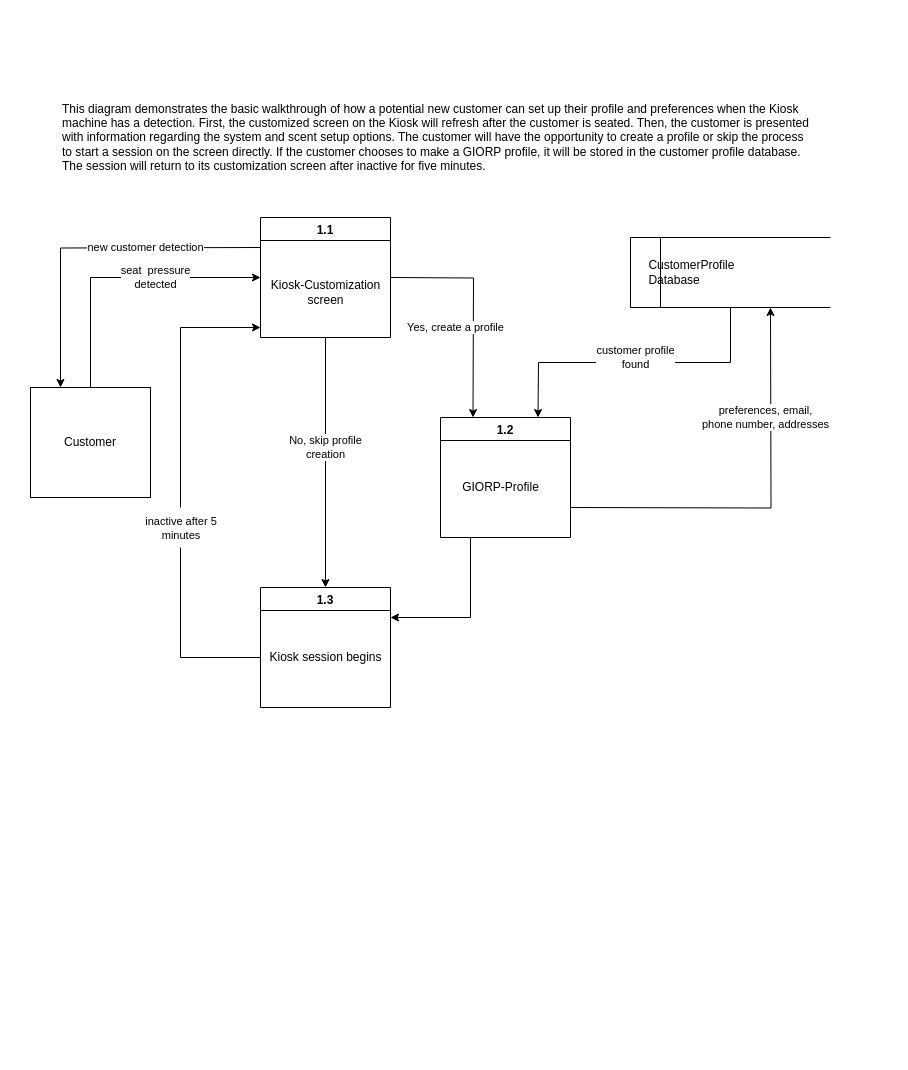
Above: Untitled Diagram.drawio in paige71/Draw.io (draw.io), before the change. Source tidied: cells renumbered, new cells numbered last; positions are measured from the earlier drawing's top-left corner, leaving out a move shared by most shapes. Both pictures are drawn from the tidied source at 100%, with x=0, y=0 at pixel (30, 97).
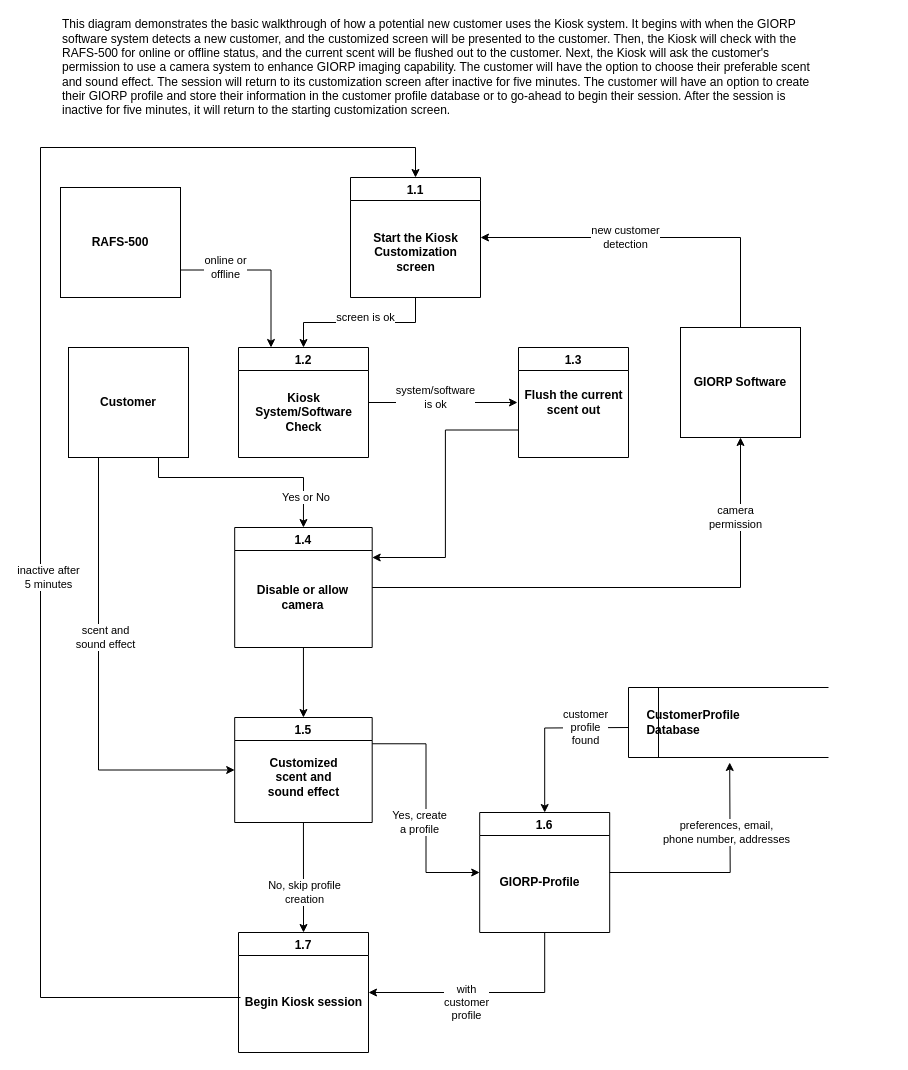
The same page after the edit.

Change to the diagram source:
```diff
@@
-    <mxCell id="2" style="edgeStyle=orthogonalEdgeStyle;rounded=0;jettySize=auto;html=1;exitX=0;exitY=0.25;exitDx=0;exitDy=0;entryX=0.25;entryY=0;entryDx=0;entryDy=0;" parent="1" edge="1" target="6">
-      <mxGeometry relative="1" as="geometry">
-        <mxPoint x="230" y="150" as="sourcePoint" />
-      </mxGeometry>
-    </mxCell>
-    <mxCell id="3" style="edgeStyle=orthogonalEdgeStyle;rounded=0;orthogonalLoop=1;jettySize=auto;html=1;exitX=1;exitY=0.5;exitDx=0;exitDy=0;entryX=0.25;entryY=0;entryDx=0;entryDy=0;" parent="1" edge="1">
-      <mxGeometry relative="1" as="geometry">
-        <mxPoint x="360" y="180" as="sourcePoint" />
-        <mxPoint x="442.5" y="320" as="targetPoint" />
-      </mxGeometry>
-    </mxCell>
-    <mxCell id="4" style="edgeStyle=orthogonalEdgeStyle;rounded=0;orthogonalLoop=1;jettySize=auto;html=1;exitX=0.5;exitY=1;exitDx=0;exitDy=0;entryX=0.5;entryY=0;entryDx=0;entryDy=0;" parent="1" edge="1">
-      <mxGeometry relative="1" as="geometry">
-        <mxPoint x="295" y="240" as="sourcePoint" />
-        <mxPoint x="295" y="490" as="targetPoint" />
-      </mxGeometry>
-    </mxCell>
-    <mxCell id="5" style="edgeStyle=orthogonalEdgeStyle;rounded=0;jettySize=auto;html=1;exitX=0.5;exitY=0;exitDx=0;exitDy=0;entryX=0;entryY=0.5;entryDx=0;entryDy=0;" parent="1" edge="1" source="6" target="17">
-      <mxGeometry relative="1" as="geometry" />
-    </mxCell>
+    <mxCell id="27" style="edgeStyle=orthogonalEdgeStyle;rounded=0;jettySize=auto;html=1;exitX=0.25;exitY=1;exitDx=0;exitDy=0;entryX=0;entryY=0.5;entryDx=0;entryDy=0;" parent="1" edge="1" source="6" target="41">
+      <mxGeometry relative="1" as="geometry" />
+    </mxCell>
+    <mxCell id="28" style="edgeStyle=orthogonalEdgeStyle;rounded=0;jettySize=auto;html=1;exitX=0.75;exitY=1;exitDx=0;exitDy=0;entryX=0.5;entryY=0;entryDx=0;entryDy=0;" parent="1" edge="1" source="6" target="51">
+      <mxGeometry relative="1" as="geometry">
+        <Array as="points">
+          <mxPoint x="128" y="380" />
+          <mxPoint x="273" y="380" />
+        </Array>
+      </mxGeometry>
+    </mxCell>
-    <mxCell id="6" value="Customer" style="rounded=0;whiteSpace=wrap;html=1;" parent="1" vertex="1">
-      <mxGeometry y="290" width="120" height="110" as="geometry" />
+    <mxCell id="6" value="&lt;b&gt;Customer&lt;/b&gt;" style="rounded=0;whiteSpace=wrap;html=1;" parent="1" vertex="1">
+      <mxGeometry x="38" y="250" width="120" height="110" as="geometry" />
     </mxCell>
-    <mxCell id="7" style="edgeStyle=orthogonalEdgeStyle;rounded=0;orthogonalLoop=1;jettySize=auto;html=1;exitX=0.5;exitY=1;exitDx=0;exitDy=0;entryX=1;entryY=0.25;entryDx=0;entryDy=0;" parent="1" edge="1">
-      <mxGeometry relative="1" as="geometry">
-        <mxPoint x="475" y="440" as="sourcePoint" />
-        <mxPoint x="360" y="520" as="targetPoint" />
-        <Array as="points">
-          <mxPoint x="440" y="440" />
-          <mxPoint x="440" y="520" />
-        </Array>
-      </mxGeometry>
-    </mxCell>
-    <mxCell id="8" style="edgeStyle=orthogonalEdgeStyle;rounded=0;orthogonalLoop=1;jettySize=auto;html=1;exitX=1;exitY=0.75;exitDx=0;exitDy=0;" parent="1" edge="1">
-      <mxGeometry relative="1" as="geometry">
-        <mxPoint x="540" y="410" as="sourcePoint" />
-        <mxPoint x="740" y="210" as="targetPoint" />
-      </mxGeometry>
-    </mxCell>
-    <mxCell id="9" value="seat&amp;nbsp; pressure &lt;br&gt;detected" style="edgeLabel;html=1;align=center;verticalAlign=middle;" parent="1" vertex="1">
-      <mxGeometry x="250" y="90" as="geometry">
-        <mxPoint x="-126" y="89" as="offset" />
-      </mxGeometry>
-    </mxCell>
-    <mxCell id="10" value="new customer detection" style="edgeLabel;html=1;align=center;verticalAlign=middle;" parent="1" vertex="1">
-      <mxGeometry x="240" y="60" as="geometry">
-        <mxPoint x="-126" y="89" as="offset" />
-      </mxGeometry>
-    </mxCell>
-    <mxCell id="11" style="edgeStyle=orthogonalEdgeStyle;rounded=0;jettySize=auto;html=1;exitX=0.5;exitY=1;exitDx=0;exitDy=0;entryX=0.75;entryY=0;entryDx=0;entryDy=0;" parent="1" edge="1" source="12">
-      <mxGeometry relative="1" as="geometry">
-        <mxPoint x="507.5" y="320" as="targetPoint" />
-      </mxGeometry>
-    </mxCell>
-    <mxCell id="12" value="&lt;span style=&quot;white-space: pre&quot;&gt;&lt;span style=&quot;white-space: pre&quot;&gt; &lt;span style=&quot;white-space: pre&quot;&gt; &lt;span style=&quot;white-space: pre&quot;&gt; &lt;/span&gt;&lt;span style=&quot;white-space: pre&quot;&gt; &lt;/span&gt;&lt;/span&gt;&lt;/span&gt;CustomerProfile &lt;br&gt;&lt;span style=&quot;white-space: pre&quot;&gt; &lt;/span&gt;&lt;span style=&quot;white-space: pre&quot;&gt; &lt;span style=&quot;white-space: pre&quot;&gt; &lt;/span&gt;&lt;span style=&quot;white-space: pre&quot;&gt; &lt;/span&gt;&lt;/span&gt;Database&lt;/span&gt;" style="html=1;dashed=0;whitespace=wrap;shape=mxgraph.dfd.dataStoreID;align=left;spacingLeft=3;points=[[0,0],[0.5,0],[1,0],[0,0.5],[1,0.5],[0,1],[0.5,1],[1,1]];" parent="1" vertex="1">
-      <mxGeometry x="600" y="140" width="200" height="70" as="geometry" />
-    </mxCell>
-    <mxCell id="13" value="Yes, create a profile" style="edgeLabel;html=1;align=center;verticalAlign=middle;" parent="1" vertex="1">
-      <mxGeometry x="550" y="140" as="geometry">
-        <mxPoint x="-126" y="89" as="offset" />
-      </mxGeometry>
-    </mxCell>
-    <mxCell id="14" value="preferences, email, &lt;br&gt;phone number, addresses" style="edgeLabel;html=1;align=center;verticalAlign=middle;" parent="1" vertex="1">
-      <mxGeometry x="860" y="230" as="geometry">
-        <mxPoint x="-126" y="89" as="offset" />
-      </mxGeometry>
-    </mxCell>
-    <mxCell id="15" value="customer profile &lt;br&gt;found" style="edgeLabel;html=1;align=center;verticalAlign=middle;" parent="1" vertex="1">
-      <mxGeometry x="730" y="170" as="geometry">
-        <mxPoint x="-126" y="89" as="offset" />
-      </mxGeometry>
-    </mxCell>
-    <mxCell id="16" value="No, skip profile&lt;br&gt;creation" style="edgeLabel;html=1;align=center;verticalAlign=middle;" parent="1" vertex="1">
-      <mxGeometry x="420" y="260" as="geometry">
-        <mxPoint x="-126" y="89" as="offset" />
-      </mxGeometry>
-    </mxCell>
+    <mxCell id="29" style="edgeStyle=orthogonalEdgeStyle;rounded=0;jettySize=auto;html=1;exitX=0.5;exitY=1;exitDx=0;exitDy=0;entryX=0.5;entryY=0;entryDx=0;entryDy=0;" parent="1" edge="1" source="17" target="35">
+      <mxGeometry relative="1" as="geometry" />
+    </mxCell>
     <mxCell id="17" value="1.1" style="swimlane;" parent="1" vertex="1">
-      <mxGeometry x="230" y="120" width="130" height="120" as="geometry" />
+      <mxGeometry x="320" y="80" width="130" height="120" as="geometry" />
     </mxCell>
-    <mxCell id="18" value="&lt;span&gt;Kiosk-Customization&lt;/span&gt;&lt;br&gt;&lt;span&gt;screen&lt;/span&gt;" style="text;html=1;align=center;verticalAlign=middle;strokeColor=none;" parent="17" vertex="1">
-      <mxGeometry x="5" y="60" width="120" height="30" as="geometry" />
+    <mxCell id="18" value="&lt;b&gt;&lt;span&gt;Start the Kiosk&lt;br&gt;Customization&lt;/span&gt;&lt;br&gt;&lt;span&gt;screen&lt;/span&gt;&lt;/b&gt;" style="text;html=1;align=center;verticalAlign=middle;strokeColor=none;" parent="17" vertex="1">
+      <mxGeometry x="15" y="50" width="100" height="50" as="geometry" />
     </mxCell>
+    <mxCell id="30" style="edgeStyle=orthogonalEdgeStyle;rounded=0;jettySize=auto;html=1;exitX=1;exitY=0.5;exitDx=0;exitDy=0;" parent="1" edge="1" source="19">
+      <mxGeometry relative="1" as="geometry">
+        <mxPoint x="699.2" y="665" as="targetPoint" />
+      </mxGeometry>
+    </mxCell>
+    <mxCell id="31" style="edgeStyle=orthogonalEdgeStyle;rounded=0;jettySize=auto;html=1;exitX=0.5;exitY=1;exitDx=0;exitDy=0;entryX=1;entryY=0.5;entryDx=0;entryDy=0;" parent="1" edge="1" source="19" target="21">
+      <mxGeometry relative="1" as="geometry" />
+    </mxCell>
-    <mxCell id="19" value="1.2" style="swimlane;" parent="1" vertex="1">
-      <mxGeometry x="410" y="320" width="130" height="120" as="geometry" />
+    <mxCell id="19" value="1.6" style="swimlane;startSize=23;" parent="1" vertex="1">
+      <mxGeometry x="449.2" y="715" width="130" height="120" as="geometry" />
     </mxCell>
-    <mxCell id="20" value="GIORP-Profile" style="text;html=1;align=center;verticalAlign=middle;strokeColor=none;" parent="19" vertex="1">
-      <mxGeometry x="15" y="60" width="90" height="20" as="geometry" />
+    <mxCell id="20" value="GIORP-Profile" style="text;html=1;align=center;verticalAlign=middle;strokeColor=none;fontStyle=1;" parent="19" vertex="1">
+      <mxGeometry x="10" y="60" width="100" height="20" as="geometry" />
     </mxCell>
-    <mxCell id="21" value="1.3" style="swimlane;" parent="1" vertex="1">
-      <mxGeometry x="230" y="490" width="130" height="120" as="geometry" />
+    <mxCell id="21" value="1.7" style="swimlane;" parent="1" vertex="1">
+      <mxGeometry x="208" y="835" width="130" height="120" as="geometry" />
     </mxCell>
-    <mxCell id="22" value="&lt;span&gt;Kiosk session begins&lt;/span&gt;" style="text;html=1;align=center;verticalAlign=middle;strokeColor=none;" parent="21" vertex="1">
+    <mxCell id="22" value="&lt;span&gt;Begin Kiosk session&lt;/span&gt;" style="text;html=1;align=center;verticalAlign=middle;strokeColor=none;fontStyle=1;" parent="21" vertex="1">
       <mxGeometry y="60" width="130" height="20" as="geometry" />
     </mxCell>
-    <mxCell id="23" style="edgeStyle=orthogonalEdgeStyle;rounded=0;jettySize=auto;html=1;startArrow=none;" parent="1" edge="1" source="24">
-      <mxGeometry relative="1" as="geometry">
-        <mxPoint x="230" y="230" as="targetPoint" />
-        <Array as="points">
-          <mxPoint x="150" y="230" />
-        </Array>
-      </mxGeometry>
-    </mxCell>
+    <mxCell id="26" value="&lt;div&gt;This diagram demonstrates the basic walkthrough of how a potential new customer uses the Kiosk system. It begins with when the GIORP software system detects a new customer, and the customized screen will be presented to the customer. Then, the Kiosk will check with the RAFS-500 for online or offline status, and the current scent will be flushed out to the customer. Next, the Kiosk will ask the customer's permission to use a camera system to enhance GIORP imaging capability. The customer will have the option to choose their preferable scent and sound effect.&amp;nbsp;&lt;span&gt;The session will return to its customization screen after inactive for five minutes. The customer will have an option to create their GIORP profile and store their information in the customer profile database or to go-ahead to begin their session. After the session is inactive for five minutes, it will return to the starting customization screen.&amp;nbsp;&amp;nbsp;&lt;/span&gt;&lt;/div&gt;" style="text;html=1;strokeColor=none;fillColor=none;align=left;verticalAlign=middle;whiteSpace=wrap;rounded=0;" parent="1" vertex="1">
+      <mxGeometry x="30" y="-80" width="750" height="100" as="geometry" />
+    </mxCell>
+    <mxCell id="32" style="edgeStyle=orthogonalEdgeStyle;rounded=0;jettySize=auto;html=1;exitX=1;exitY=0.75;exitDx=0;exitDy=0;entryX=0.25;entryY=0;entryDx=0;entryDy=0;" parent="1" edge="1" source="33" target="35">
+      <mxGeometry relative="1" as="geometry" />
+    </mxCell>
+    <mxCell id="33" value="&lt;b&gt;RAFS-500&lt;/b&gt;" style="rounded=0;whiteSpace=wrap;html=1;" parent="1" vertex="1">
+      <mxGeometry x="30" y="90" width="120" height="110" as="geometry" />
+    </mxCell>
+    <mxCell id="34" style="edgeStyle=orthogonalEdgeStyle;rounded=0;jettySize=auto;html=1;exitX=1;exitY=0.5;exitDx=0;exitDy=0;entryX=-0.009;entryY=0.5;entryDx=0;entryDy=0;entryPerimeter=0;" parent="1" edge="1" source="35" target="46">
+      <mxGeometry relative="1" as="geometry" />
+    </mxCell>
+    <mxCell id="35" value="1.2" style="swimlane;" parent="1" vertex="1">
+      <mxGeometry x="208" y="250" width="130" height="110" as="geometry" />
+    </mxCell>
+    <mxCell id="36" value="&lt;b&gt;Kiosk &lt;br&gt;System/Software &lt;br&gt;Check&lt;/b&gt;" style="text;html=1;align=center;verticalAlign=middle;strokeColor=none;" parent="35" vertex="1">
+      <mxGeometry x="10" y="40" width="110" height="50" as="geometry" />
+    </mxCell>
+    <mxCell id="37" style="edgeStyle=orthogonalEdgeStyle;rounded=0;jettySize=auto;html=1;exitX=0.5;exitY=0;exitDx=0;exitDy=0;entryX=1;entryY=0.5;entryDx=0;entryDy=0;" parent="1" edge="1" source="38" target="17">
+      <mxGeometry relative="1" as="geometry" />
+    </mxCell>
+    <mxCell id="38" value="&lt;b&gt;GIORP Software&lt;/b&gt;" style="rounded=0;whiteSpace=wrap;html=1;" parent="1" vertex="1">
+      <mxGeometry x="650" y="230" width="120" height="110" as="geometry" />
+    </mxCell>
+    <mxCell id="39" style="edgeStyle=orthogonalEdgeStyle;rounded=0;jettySize=auto;html=1;exitX=0.5;exitY=1;exitDx=0;exitDy=0;entryX=0.5;entryY=0;entryDx=0;entryDy=0;" parent="1" edge="1" source="41" target="21">
+      <mxGeometry relative="1" as="geometry" />
+    </mxCell>
+    <mxCell id="40" style="edgeStyle=orthogonalEdgeStyle;rounded=0;jettySize=auto;html=1;exitX=1;exitY=0.25;exitDx=0;exitDy=0;entryX=0;entryY=0.5;entryDx=0;entryDy=0;" parent="1" edge="1" source="41" target="19">
+      <mxGeometry relative="1" as="geometry" />
+    </mxCell>
+    <mxCell id="41" value="1.5" style="swimlane;" parent="1" vertex="1">
+      <mxGeometry x="204.2" y="620" width="137.5" height="105" as="geometry" />
+    </mxCell>
+    <mxCell id="42" value="Customized &lt;br&gt;scent and &lt;br&gt;sound effect" style="text;html=1;align=center;verticalAlign=middle;strokeColor=none;fontStyle=1;" parent="41" vertex="1">
+      <mxGeometry x="23.8" y="35" width="90" height="50" as="geometry" />
+    </mxCell>
+    <mxCell id="13" value="Yes, create &lt;br&gt;a profile" style="edgeLabel;html=1;align=center;verticalAlign=middle;" parent="1" vertex="1">
+      <mxGeometry x="514.3" y="635" as="geometry">
+        <mxPoint x="-126" y="89" as="offset" />
+      </mxGeometry>
+    </mxCell>
+    <mxCell id="16" value="No, skip profile&lt;br&gt;creation" style="edgeLabel;html=1;align=center;verticalAlign=middle;" parent="1" vertex="1">
+      <mxGeometry x="399.3" y="705" as="geometry">
+        <mxPoint x="-126" y="89" as="offset" />
+      </mxGeometry>
+    </mxCell>
+    <mxCell id="43" value="scent and &lt;br&gt;sound effect" style="edgeLabel;html=1;align=center;verticalAlign=middle;" parent="1" vertex="1">
+      <mxGeometry x="200" y="450" as="geometry">
+        <mxPoint x="-126" y="89" as="offset" />
+      </mxGeometry>
+    </mxCell>
+    <mxCell id="44" style="edgeStyle=orthogonalEdgeStyle;rounded=0;jettySize=auto;html=1;exitX=0;exitY=0.75;exitDx=0;exitDy=0;entryX=1;entryY=0.25;entryDx=0;entryDy=0;" parent="1" edge="1" source="45" target="51">
+      <mxGeometry relative="1" as="geometry" />
+    </mxCell>
+    <mxCell id="45" value="1.3" style="swimlane;" parent="1" vertex="1">
+      <mxGeometry x="488" y="250" width="110" height="110" as="geometry" />
+    </mxCell>
+    <mxCell id="46" value="&lt;b&gt;Flush the current &lt;br&gt;scent out&lt;/b&gt;" style="text;html=1;align=center;verticalAlign=middle;points=[];strokeColor=none;" parent="45" vertex="1">
+      <mxGeometry y="40" width="110" height="30" as="geometry" />
+    </mxCell>
+    <mxCell id="47" style="edgeStyle=orthogonalEdgeStyle;rounded=0;jettySize=auto;html=1;exitX=0;exitY=0.5;exitDx=0;exitDy=0;" parent="1" edge="1" target="19">
+      <mxGeometry relative="1" as="geometry">
+        <mxPoint x="599.2" y="630" as="sourcePoint" />
+      </mxGeometry>
+    </mxCell>
+    <mxCell id="12" value="&lt;span style=&quot;white-space: pre&quot;&gt;&lt;span style=&quot;white-space: pre&quot;&gt; &lt;span style=&quot;white-space: pre&quot;&gt; &lt;span style=&quot;white-space: pre&quot;&gt; &lt;/span&gt;&lt;span style=&quot;white-space: pre&quot;&gt; &lt;/span&gt;&lt;/span&gt;&lt;/span&gt;CustomerProfile &lt;br&gt;&lt;span style=&quot;white-space: pre&quot;&gt; &lt;/span&gt;&lt;span style=&quot;white-space: pre&quot;&gt; &lt;span style=&quot;white-space: pre&quot;&gt; &lt;/span&gt;&lt;span style=&quot;white-space: pre&quot;&gt; &lt;/span&gt;&lt;/span&gt;Database&lt;/span&gt;" style="html=1;dashed=0;whitespace=wrap;shape=mxgraph.dfd.dataStoreID;align=left;spacingLeft=3;points=[[0,0],[0.5,0],[1,0],[0,0.5],[1,0.5],[0,1],[0.5,1],[1,1]];fontStyle=1;" parent="1" vertex="1">
+      <mxGeometry x="598" y="590" width="200" height="70" as="geometry" />
+    </mxCell>
+    <mxCell id="14" value="preferences, email,&lt;br&gt;phone number, addresses" style="edgeLabel;html=1;align=center;verticalAlign=middle;" parent="1" vertex="1">
+      <mxGeometry x="821.3" y="645" as="geometry">
+        <mxPoint x="-126" y="89" as="offset" />
+      </mxGeometry>
+    </mxCell>
+    <mxCell id="15" value="&lt;span&gt;customer&lt;br&gt;profile&lt;/span&gt;&lt;br style=&quot;background-color: rgb(248 , 249 , 250)&quot;&gt;&lt;span&gt;found&lt;/span&gt;" style="edgeLabel;html=1;align=center;verticalAlign=middle;" parent="1" vertex="1">
+      <mxGeometry x="680" y="540" as="geometry">
+        <mxPoint x="-126" y="89" as="offset" />
+      </mxGeometry>
+    </mxCell>
+    <mxCell id="48" value="&lt;span&gt;with&lt;br&gt;customer&lt;br&gt;profile&lt;/span&gt;" style="edgeLabel;html=1;align=center;verticalAlign=middle;" parent="1" vertex="1">
+      <mxGeometry x="561.3" y="815" as="geometry">
+        <mxPoint x="-126" y="89" as="offset" />
+      </mxGeometry>
+    </mxCell>
+    <mxCell id="49" style="edgeStyle=orthogonalEdgeStyle;rounded=0;jettySize=auto;html=1;exitX=1;exitY=0.5;exitDx=0;exitDy=0;" parent="1" edge="1" source="51" target="38">
+      <mxGeometry relative="1" as="geometry" />
+    </mxCell>
+    <mxCell id="50" style="edgeStyle=orthogonalEdgeStyle;rounded=0;jettySize=auto;html=1;exitX=0.5;exitY=1;exitDx=0;exitDy=0;entryX=0.5;entryY=0;entryDx=0;entryDy=0;" parent="1" edge="1" source="51" target="41">
+      <mxGeometry relative="1" as="geometry" />
+    </mxCell>
+    <mxCell id="51" value="1.4" style="swimlane;startSize=23;" parent="1" vertex="1">
+      <mxGeometry x="204.2" y="430" width="137.5" height="120" as="geometry" />
+    </mxCell>
+    <mxCell id="52" value="&lt;b&gt;Disable or allow &lt;br&gt;camera&lt;/b&gt;" style="text;html=1;align=center;verticalAlign=middle;strokeColor=none;" parent="51" vertex="1">
+      <mxGeometry x="12.5" y="55" width="110" height="30" as="geometry" />
+    </mxCell>
+    <mxCell id="53" value="&amp;nbsp;Yes or No" style="edgeLabel;html=1;align=center;verticalAlign=middle;" parent="1" vertex="1">
+      <mxGeometry x="399.3" y="310" as="geometry">
+        <mxPoint x="-126" y="89" as="offset" />
+      </mxGeometry>
+    </mxCell>
+    <mxCell id="54" style="edgeStyle=orthogonalEdgeStyle;rounded=0;jettySize=auto;html=1;entryX=0.5;entryY=0;entryDx=0;entryDy=0;" parent="1" edge="1" target="17">
+      <mxGeometry relative="1" as="geometry">
+        <mxPoint x="210" y="900" as="sourcePoint" />
+        <Array as="points">
+          <mxPoint x="10" y="900" />
+          <mxPoint x="10" y="50" />
+          <mxPoint x="385" y="50" />
+        </Array>
+      </mxGeometry>
+    </mxCell>
-    <mxCell id="24" value="&lt;div style=&quot;text-align: center&quot;&gt;&lt;font face=&quot;helvetica&quot;&gt;&lt;span style=&quot;font-size: 11px ; background-color: rgb(255 , 255 , 255)&quot;&gt;inactive after 5 minutes&lt;/span&gt;&lt;/font&gt;&lt;/div&gt;" style="text;whiteSpace=wrap;html=1;" parent="1" vertex="1">
-      <mxGeometry x="100" y="410" width="100" height="40" as="geometry" />
+    <mxCell id="24" value="&lt;span style=&quot;font-family: &amp;#34;helvetica&amp;#34;&quot;&gt;inactive after&lt;/span&gt;&lt;br style=&quot;font-family: &amp;#34;helvetica&amp;#34;&quot;&gt;&lt;span style=&quot;font-family: &amp;#34;helvetica&amp;#34;&quot;&gt;5 minutes&lt;/span&gt;" style="edgeLabel;html=1;align=center;verticalAlign=middle;" parent="1" vertex="1">
+      <mxGeometry x="143" y="390" as="geometry">
+        <mxPoint x="-126" y="89" as="offset" />
+      </mxGeometry>
     </mxCell>
-    <mxCell id="25" style="edgeStyle=orthogonalEdgeStyle;rounded=0;jettySize=auto;html=1;endArrow=none;" parent="1" edge="1" target="24">
-      <mxGeometry relative="1" as="geometry">
-        <mxPoint x="230" y="560" as="sourcePoint" />
-        <Array as="points">
-          <mxPoint x="150" y="560" />
-        </Array>
-      </mxGeometry>
-    </mxCell>
-    <mxCell id="26" value="&lt;div&gt;This diagram demonstrates the basic walkthrough of how a potential new customer can set up their profile and preferences when the Kiosk machine has a detection. First, the customized screen on the Kiosk will refresh after the customer is seated. Then, the customer is presented with information regarding the system and scent setup options. The customer will have the opportunity to create a profile or skip the process to start a session on the screen directly. If the customer chooses to make a GIORP profile, it will be stored in the customer profile database. The session will return to its customization screen after inactive for five minutes.&amp;nbsp; &amp;nbsp;&lt;/div&gt;" style="text;html=1;strokeColor=none;fillColor=none;align=left;verticalAlign=middle;whiteSpace=wrap;rounded=0;" parent="1" vertex="1">
-      <mxGeometry x="30" width="750" height="80" as="geometry" />
-    </mxCell>
+    <mxCell id="55" value="online or &lt;br&gt;offline" style="edgeLabel;html=1;align=center;verticalAlign=middle;" parent="1" vertex="1">
+      <mxGeometry x="320" y="80" as="geometry">
+        <mxPoint x="-126" y="89" as="offset" />
+      </mxGeometry>
+    </mxCell>
+    <mxCell id="10" value="new customer&lt;br&gt;detection" style="edgeLabel;html=1;align=center;verticalAlign=middle;" parent="1" vertex="1">
+      <mxGeometry x="720" y="50" as="geometry">
+        <mxPoint x="-126" y="89" as="offset" />
+      </mxGeometry>
+    </mxCell>
+    <mxCell id="56" value="camera &lt;br&gt;permission" style="edgeLabel;html=1;align=center;verticalAlign=middle;" parent="1" vertex="1">
+      <mxGeometry x="830" y="330" as="geometry">
+        <mxPoint x="-126" y="89" as="offset" />
+      </mxGeometry>
+    </mxCell>
+    <mxCell id="57" value="screen is ok" style="edgeLabel;html=1;align=center;verticalAlign=middle;" parent="1" vertex="1">
+      <mxGeometry x="460" y="130" as="geometry">
+        <mxPoint x="-126" y="89" as="offset" />
+      </mxGeometry>
+    </mxCell>
+    <mxCell id="58" value="system/software &lt;br&gt;is ok" style="edgeLabel;html=1;align=center;verticalAlign=middle;" parent="1" vertex="1">
+      <mxGeometry x="530" y="210" as="geometry">
+        <mxPoint x="-126" y="89" as="offset" />
+      </mxGeometry>
+    </mxCell>
```
